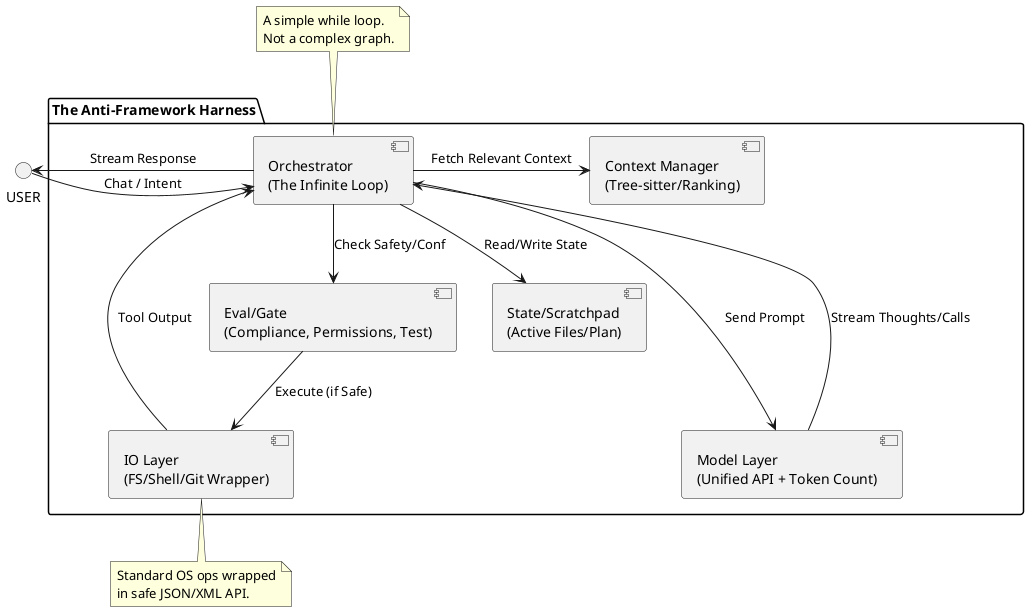
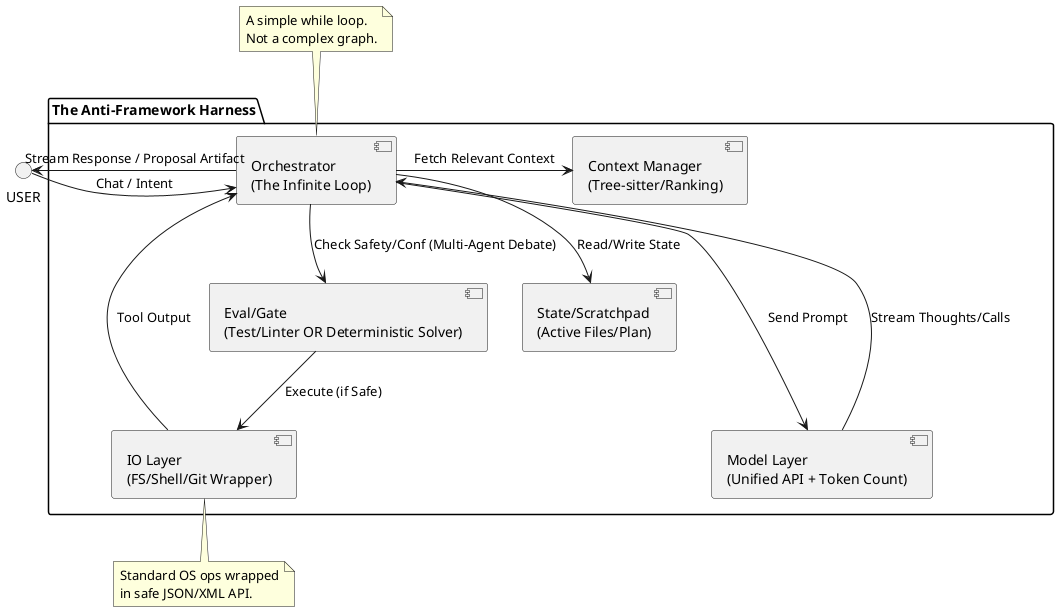
@startuml
package "The Anti-Framework Harness" {
    [Orchestrator\n(The Infinite Loop)] as ORCH
    [Context Manager\n(Tree-sitter/Ranking)] as CTX
    [IO Layer\n(FS/Shell/Git Wrapper)] as IO
-     [Eval/Gate\n(Compliance, Permissions, Test)] as EVAL
+     [Eval/Gate\n(Test/Linter OR Deterministic Solver)] as EVAL
    [Model Layer\n(Unified API + Token Count)] as MDL
    [State/Scratchpad\n(Active Files/Plan)] as STATE
}

USER -> ORCH : "Chat / Intent"
ORCH --> STATE : "Read/Write State"
ORCH -> CTX : "Fetch Relevant Context"
ORCH --> MDL : "Send Prompt"
MDL ---> ORCH : "Stream Thoughts/Calls"
- ORCH --> EVAL : "Check Safety/Conf"
+ ORCH --> EVAL : "Check Safety/Conf (Multi-Agent Debate)"
EVAL --> IO : "Execute (if Safe)"
IO --> ORCH : "Tool Output"
- ORCH -> USER : "Stream Response"
+ ORCH -> USER : "Stream Response / Proposal Artifact"

note top of ORCH
  A simple while loop.
  Not a complex graph.
end note

note bottom of IO
  Standard OS ops wrapped
  in safe JSON/XML API.
end note
@enduml
